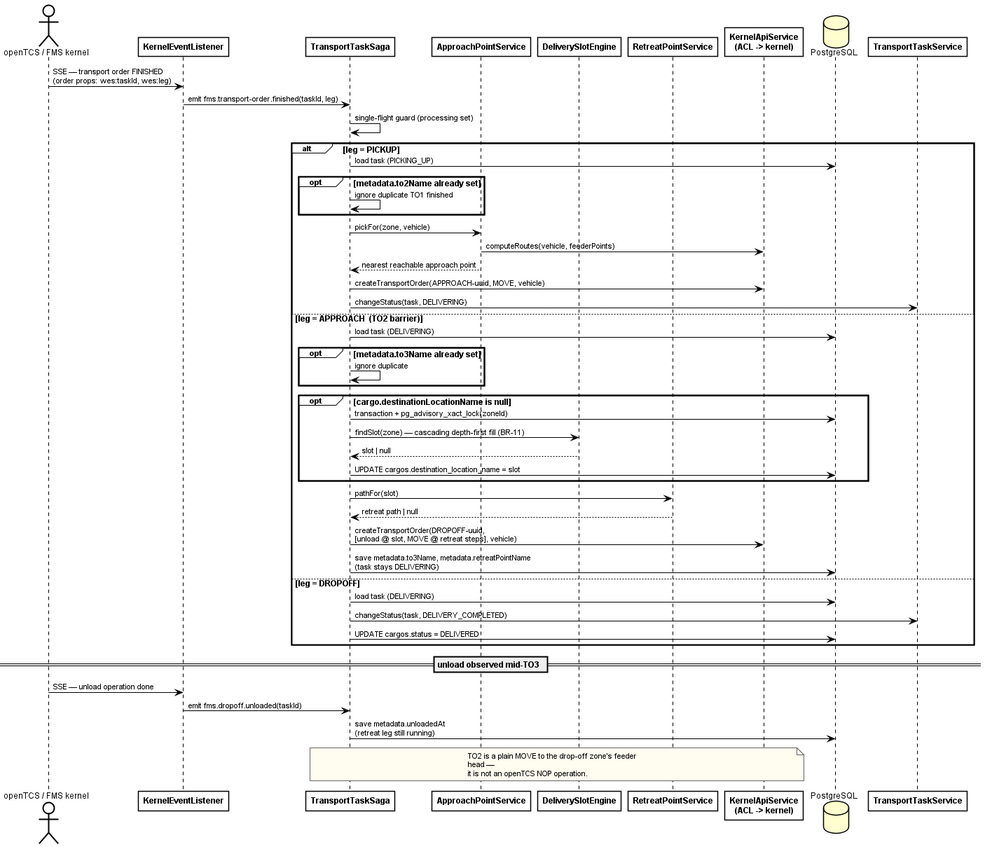
arishem51/wes keeps this PlantUML diagram as report/diagrams/sds-section2/fig-2-3-2-seq-leg-progression.png. Above is the earlier version.
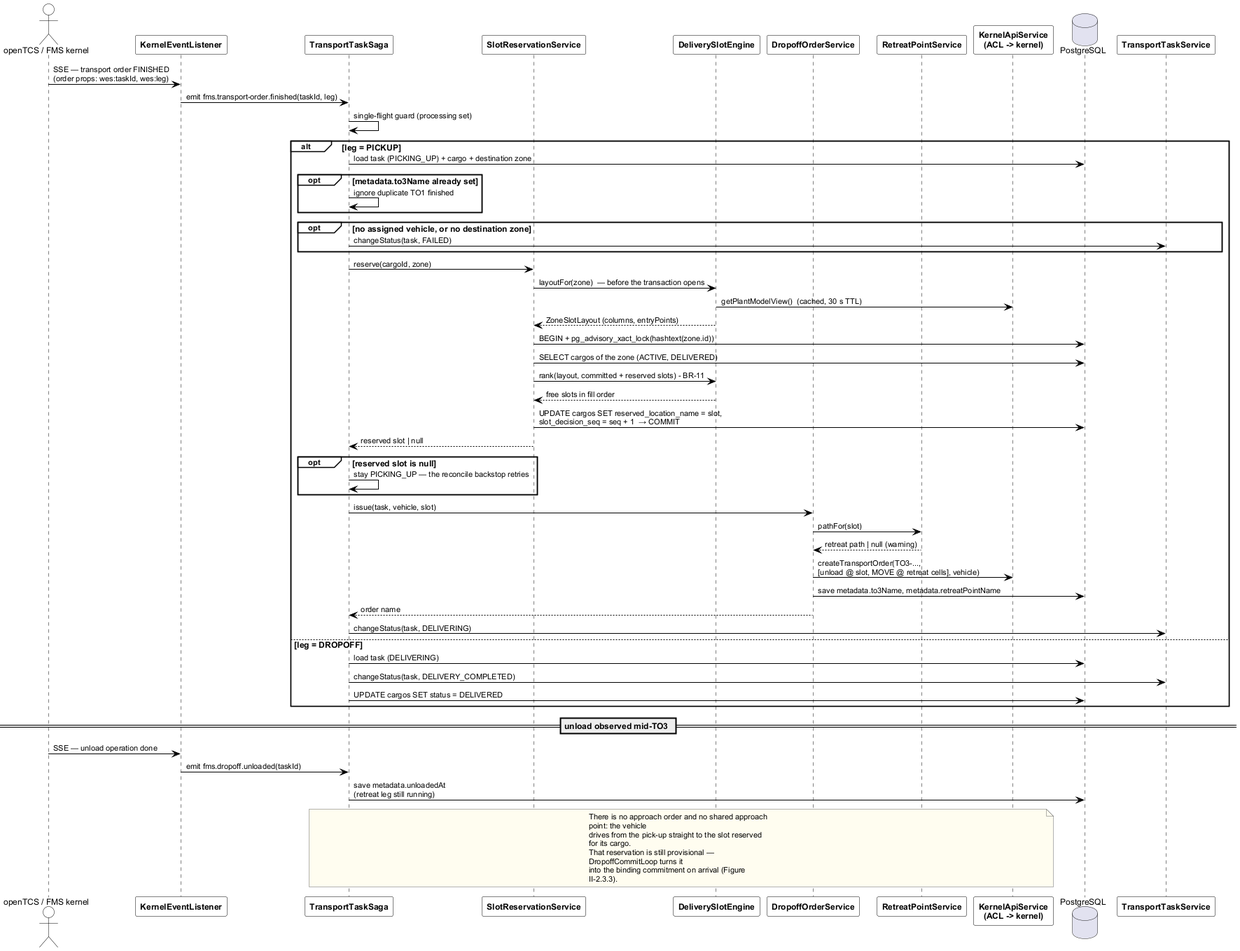
After the change.

Diff of the diagram source:
```diff
@@ -4,8 +4,9 @@
 actor "openTCS / FMS kernel" as Kernel
 participant KernelEventListener as Listener
 participant TransportTaskSaga as Saga
-participant ApproachPointService as Approach
+participant SlotReservationService as Reserve
 participant DeliverySlotEngine as Slots
+participant DropoffOrderService as Orders
 participant RetreatPointService as Retreat
 participant "KernelApiService\n(ACL -> kernel)" as ACL
 database PostgreSQL
@@ -16,36 +17,41 @@
 Saga -> Saga: single-flight guard (processing set)
 
 alt leg = PICKUP
-  Saga -> PostgreSQL: load task (PICKING_UP)
-  opt metadata.to2Name already set
+  Saga -> PostgreSQL: load task (PICKING_UP) + cargo + destination zone
+  opt metadata.to3Name already set
     Saga -> Saga: ignore duplicate TO1 finished
   end
-  Saga -> Approach: pickFor(zone, vehicle)
-  Approach -> ACL: computeRoutes(vehicle, feederPoints)
-  Approach --> Saga: nearest reachable approach point
-  Saga -> ACL: createTransportOrder(APPROACH-uuid, MOVE, vehicle)
+  opt no assigned vehicle, or no destination zone
+    Saga -> TTS: changeStatus(task, FAILED)
+  end
+
+  Saga -> Reserve: reserve(cargoId, zone)
+  Reserve -> Slots: layoutFor(zone)  — before the transaction opens
+  Slots -> ACL: getPlantModelView()  (cached, 30 s TTL)
+  Slots --> Reserve: ZoneSlotLayout (columns, entryPoints)
+  Reserve -> PostgreSQL: BEGIN + pg_advisory_xact_lock(hashtext(zone.id))
+  Reserve -> PostgreSQL: SELECT cargos of the zone (ACTIVE, DELIVERED)
+  Reserve -> Slots: rank(layout, committed + reserved slots) - BR-11
+  Slots --> Reserve: free slots in fill order
+  Reserve -> PostgreSQL: UPDATE cargos SET reserved_location_name = slot,\nslot_decision_seq = seq + 1  → COMMIT
+  Reserve --> Saga: reserved slot | null
+
+  opt reserved slot is null
+    Saga -> Saga: stay PICKING_UP — the reconcile backstop retries
+  end
+
+  Saga -> Orders: issue(task, vehicle, slot)
+  Orders -> Retreat: pathFor(slot)
+  Retreat --> Orders: retreat path | null (warning)
+  Orders -> ACL: createTransportOrder(TO3-...,\n[unload @ slot, MOVE @ retreat cells], vehicle)
+  Orders -> PostgreSQL: save metadata.to3Name, metadata.retreatPointName
+  Orders --> Saga: order name
   Saga -> TTS: changeStatus(task, DELIVERING)
-
-else leg = APPROACH  (TO2 barrier)
-  Saga -> PostgreSQL: load task (DELIVERING)
-  opt metadata.to3Name already set
-    Saga -> Saga: ignore duplicate
-  end
-  opt cargo.destinationLocationName is null
-    Saga -> PostgreSQL: transaction + pg_advisory_xact_lock(zoneId)
-    Saga -> Slots: findSlot(zone) — cascading depth-first fill (BR-11)
-    Slots --> Saga: slot | null
-    Saga -> PostgreSQL: UPDATE cargos.destination_location_name = slot
-  end
-  Saga -> Retreat: pathFor(slot)
-  Retreat --> Saga: retreat path | null
-  Saga -> ACL: createTransportOrder(DROPOFF-uuid,\n[unload @ slot, MOVE @ retreat steps], vehicle)
-  Saga -> PostgreSQL: save metadata.to3Name, metadata.retreatPointName\n(task stays DELIVERING)
 
 else leg = DROPOFF
   Saga -> PostgreSQL: load task (DELIVERING)
   Saga -> TTS: changeStatus(task, DELIVERY_COMPLETED)
-  Saga -> PostgreSQL: UPDATE cargos.status = DELIVERED
+  Saga -> PostgreSQL: UPDATE cargos SET status = DELIVERED
 end
 
 == unload observed mid-TO3 ==
@@ -55,8 +61,10 @@
 Saga -> PostgreSQL: save metadata.unloadedAt\n(retreat leg still running)
 
 note over Saga, ACL
-  TO2 is a plain MOVE to the drop-off zone's feeder head —
-  it is not an openTCS NOP operation.
+  There is no approach order and no shared approach point: the vehicle
+  drives from the pick-up straight to the slot reserved for its cargo.
+  That reservation is still provisional — DropoffCommitLoop turns it
+  into the binding commitment on arrival (Figure II-2.3.3).
 end note
 
 @enduml
```
